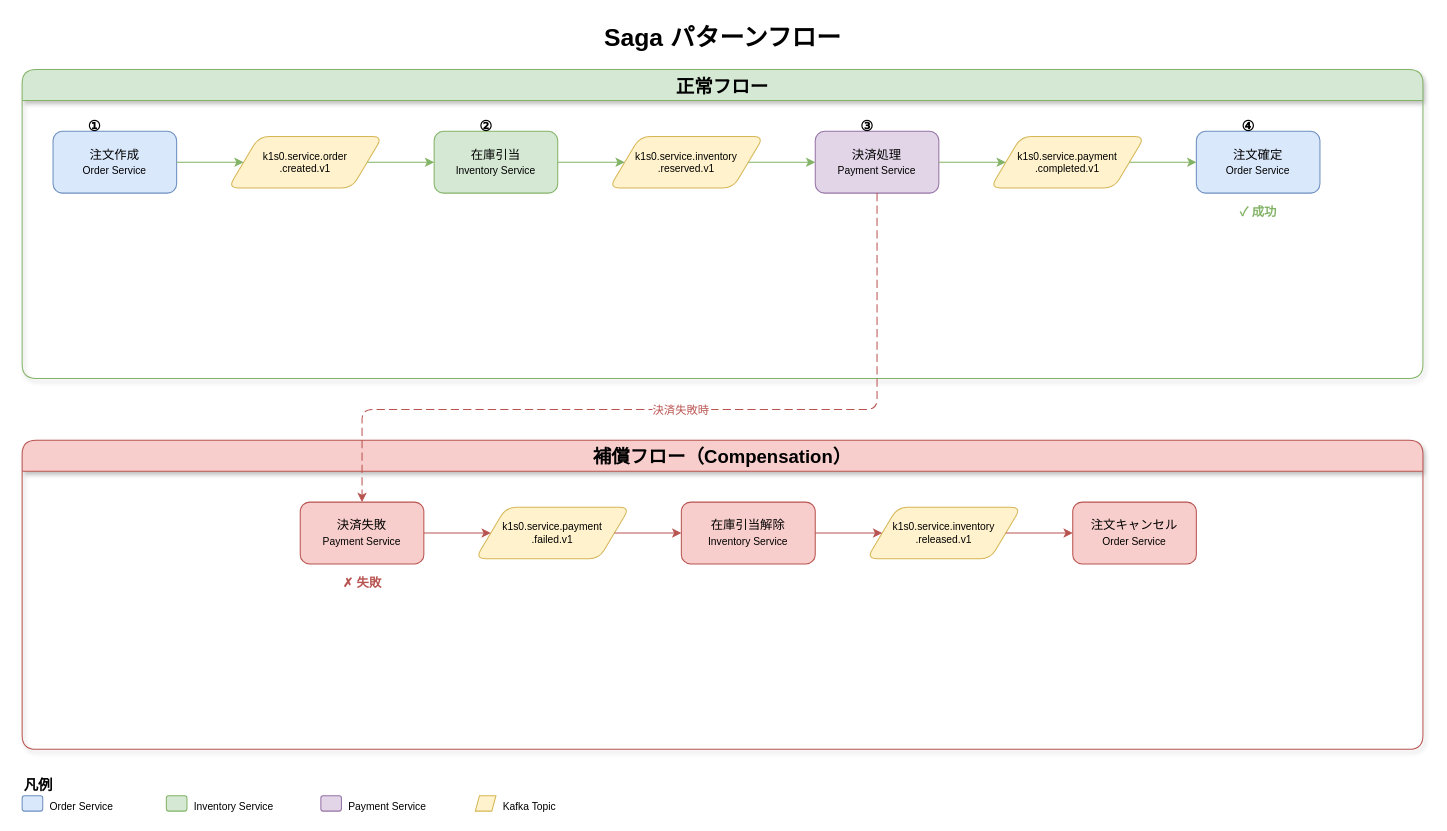
Before: docs/architecture/messaging/images/messaging-saga-flow.drawio in RyuheiKiso/k1s0, a draw.io diagram. Source tidied: cells renumbered, new cells numbered last; positions are measured from the earlier drawing's top-left corner, leaving out a move shared by most shapes. Both pictures are drawn from the tidied source at 103%, with x=0, y=0 at pixel (22, 18).
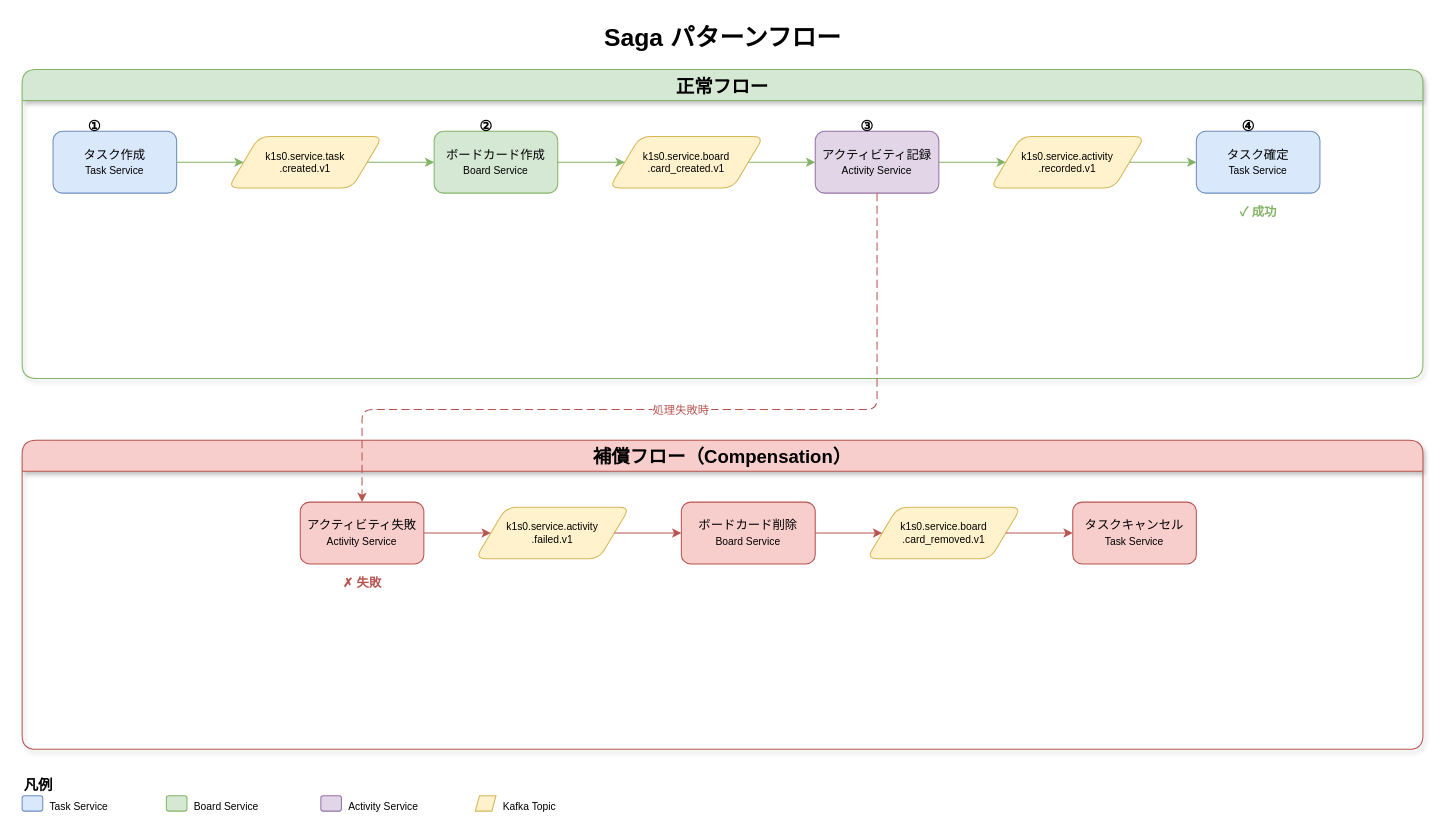
After the change.

The change refers to these unchanged cells:
```xml
<mxCell id="3" value="正常フロー" style="shape=swimlane;startSize=30;fontSize=18;fontStyle=1;fillColor=#D5E8D4;strokeColor=#82B366;rounded=1;shadow=1;horizontal=1;" parent="1" vertex="1">
  <mxGeometry y="50" width="1360" height="300" as="geometry" />
</mxCell>
<mxCell id="22" value="補償フロー（Compensation）" style="shape=swimlane;startSize=30;fontSize=18;fontStyle=1;fillColor=#F8CECC;strokeColor=#B85450;rounded=1;shadow=1;horizontal=1;" parent="1" vertex="1">
  <mxGeometry y="410" width="1360" height="300" as="geometry" />
</mxCell>
```

What changed in the source:
```diff
@@
-    <mxCell id="4" value="注文作成&lt;br&gt;&lt;font style=&quot;font-size:10px&quot;&gt;Order Service&lt;/font&gt;" style="rounded=1;whiteSpace=wrap;html=1;fontSize=12;fillColor=#DAE8FC;strokeColor=#6C8EBF;" parent="3" vertex="1">
+    <mxCell id="4" value="タスク作成&lt;br&gt;&lt;font style=&quot;font-size:10px&quot;&gt;Task Service&lt;/font&gt;" style="rounded=1;whiteSpace=wrap;html=1;fontSize=12;fillColor=#DAE8FC;strokeColor=#6C8EBF;" parent="3" vertex="1">
       <mxGeometry x="30" y="60" width="120" height="60" as="geometry" />
     </mxCell>
-    <mxCell id="5" value="k1s0.service.order&lt;br&gt;.created.v1" style="shape=parallelogram;perimeter=parallelogramPerimeter;whiteSpace=wrap;html=1;fontSize=10;fillColor=#FFF2CC;strokeColor=#D6B656;rounded=1;" parent="3" vertex="1">
+    <mxCell id="5" value="k1s0.service.task&lt;br&gt;.created.v1" style="shape=parallelogram;perimeter=parallelogramPerimeter;whiteSpace=wrap;html=1;fontSize=10;fillColor=#FFF2CC;strokeColor=#D6B656;rounded=1;" parent="3" vertex="1">
       <mxGeometry x="200" y="65" width="150" height="50" as="geometry" />
     </mxCell>
-    <mxCell id="6" value="在庫引当&lt;br&gt;&lt;font style=&quot;font-size:10px&quot;&gt;Inventory Service&lt;/font&gt;" style="rounded=1;whiteSpace=wrap;html=1;fontSize=12;fillColor=#D5E8D4;strokeColor=#82B366;" parent="3" vertex="1">
+    <mxCell id="6" value="ボードカード作成&lt;br&gt;&lt;font style=&quot;font-size:10px&quot;&gt;Board Service&lt;/font&gt;" style="rounded=1;whiteSpace=wrap;html=1;fontSize=12;fillColor=#D5E8D4;strokeColor=#82B366;" parent="3" vertex="1">
       <mxGeometry x="400" y="60" width="120" height="60" as="geometry" />
     </mxCell>
-    <mxCell id="7" value="k1s0.service.inventory&lt;br&gt;.reserved.v1" style="shape=parallelogram;perimeter=parallelogramPerimeter;whiteSpace=wrap;html=1;fontSize=10;fillColor=#FFF2CC;strokeColor=#D6B656;rounded=1;" parent="3" vertex="1">
+    <mxCell id="7" value="k1s0.service.board&lt;br&gt;.card_created.v1" style="shape=parallelogram;perimeter=parallelogramPerimeter;whiteSpace=wrap;html=1;fontSize=10;fillColor=#FFF2CC;strokeColor=#D6B656;rounded=1;" parent="3" vertex="1">
       <mxGeometry x="570" y="65" width="150" height="50" as="geometry" />
     </mxCell>
-    <mxCell id="8" value="決済処理&lt;br&gt;&lt;font style=&quot;font-size:10px&quot;&gt;Payment Service&lt;/font&gt;" style="rounded=1;whiteSpace=wrap;html=1;fontSize=12;fillColor=#E1D5E7;strokeColor=#9673A6;" parent="3" vertex="1">
+    <mxCell id="8" value="アクティビティ記録&lt;br&gt;&lt;font style=&quot;font-size:10px&quot;&gt;Activity Service&lt;/font&gt;" style="rounded=1;whiteSpace=wrap;html=1;fontSize=12;fillColor=#E1D5E7;strokeColor=#9673A6;" parent="3" vertex="1">
       <mxGeometry x="770" y="60" width="120" height="60" as="geometry" />
     </mxCell>
-    <mxCell id="9" value="k1s0.service.payment&lt;br&gt;.completed.v1" style="shape=parallelogram;perimeter=parallelogramPerimeter;whiteSpace=wrap;html=1;fontSize=10;fillColor=#FFF2CC;strokeColor=#D6B656;rounded=1;" parent="3" vertex="1">
+    <mxCell id="9" value="k1s0.service.activity&lt;br&gt;.recorded.v1" style="shape=parallelogram;perimeter=parallelogramPerimeter;whiteSpace=wrap;html=1;fontSize=10;fillColor=#FFF2CC;strokeColor=#D6B656;rounded=1;" parent="3" vertex="1">
       <mxGeometry x="940" y="65" width="150" height="50" as="geometry" />
     </mxCell>
-    <mxCell id="10" value="注文確定&lt;br&gt;&lt;font style=&quot;font-size:10px&quot;&gt;Order Service&lt;/font&gt;" style="rounded=1;whiteSpace=wrap;html=1;fontSize=12;fillColor=#DAE8FC;strokeColor=#6C8EBF;" parent="3" vertex="1">
+    <mxCell id="10" value="タスク確定&lt;br&gt;&lt;font style=&quot;font-size:10px&quot;&gt;Task Service&lt;/font&gt;" style="rounded=1;whiteSpace=wrap;html=1;fontSize=12;fillColor=#DAE8FC;strokeColor=#6C8EBF;" parent="3" vertex="1">
       <mxGeometry x="1140" y="60" width="120" height="60" as="geometry" />
     </mxCell>
@@
-    <mxCell id="23" value="決済失敗&lt;br&gt;&lt;font style=&quot;font-size:10px&quot;&gt;Payment Service&lt;/font&gt;" style="rounded=1;whiteSpace=wrap;html=1;fontSize=12;fillColor=#F8CECC;strokeColor=#B85450;" parent="22" vertex="1">
+    <mxCell id="23" value="アクティビティ失敗&lt;br&gt;&lt;font style=&quot;font-size:10px&quot;&gt;Activity Service&lt;/font&gt;" style="rounded=1;whiteSpace=wrap;html=1;fontSize=12;fillColor=#F8CECC;strokeColor=#B85450;" parent="22" vertex="1">
       <mxGeometry x="270" y="60" width="120" height="60" as="geometry" />
     </mxCell>
-    <mxCell id="24" value="k1s0.service.payment&lt;br&gt;.failed.v1" style="shape=parallelogram;perimeter=parallelogramPerimeter;whiteSpace=wrap;html=1;fontSize=10;fillColor=#FFF2CC;strokeColor=#D6B656;rounded=1;" parent="22" vertex="1">
+    <mxCell id="24" value="k1s0.service.activity&lt;br&gt;.failed.v1" style="shape=parallelogram;perimeter=parallelogramPerimeter;whiteSpace=wrap;html=1;fontSize=10;fillColor=#FFF2CC;strokeColor=#D6B656;rounded=1;" parent="22" vertex="1">
       <mxGeometry x="440" y="65" width="150" height="50" as="geometry" />
     </mxCell>
-    <mxCell id="25" value="在庫引当解除&lt;br&gt;&lt;font style=&quot;font-size:10px&quot;&gt;Inventory Service&lt;/font&gt;" style="rounded=1;whiteSpace=wrap;html=1;fontSize=12;fillColor=#F8CECC;strokeColor=#B85450;" parent="22" vertex="1">
+    <mxCell id="25" value="ボードカード削除&lt;br&gt;&lt;font style=&quot;font-size:10px&quot;&gt;Board Service&lt;/font&gt;" style="rounded=1;whiteSpace=wrap;html=1;fontSize=12;fillColor=#F8CECC;strokeColor=#B85450;" parent="22" vertex="1">
       <mxGeometry x="640" y="60" width="130" height="60" as="geometry" />
     </mxCell>
-    <mxCell id="26" value="k1s0.service.inventory&lt;br&gt;.released.v1" style="shape=parallelogram;perimeter=parallelogramPerimeter;whiteSpace=wrap;html=1;fontSize=10;fillColor=#FFF2CC;strokeColor=#D6B656;rounded=1;" parent="22" vertex="1">
+    <mxCell id="26" value="k1s0.service.board&lt;br&gt;.card_removed.v1" style="shape=parallelogram;perimeter=parallelogramPerimeter;whiteSpace=wrap;html=1;fontSize=10;fillColor=#FFF2CC;strokeColor=#D6B656;rounded=1;" parent="22" vertex="1">
       <mxGeometry x="820" y="65" width="150" height="50" as="geometry" />
     </mxCell>
-    <mxCell id="27" value="注文キャンセル&lt;br&gt;&lt;font style=&quot;font-size:10px&quot;&gt;Order Service&lt;/font&gt;" style="rounded=1;whiteSpace=wrap;html=1;fontSize=12;fillColor=#F8CECC;strokeColor=#B85450;" parent="22" vertex="1">
+    <mxCell id="27" value="タスクキャンセル&lt;br&gt;&lt;font style=&quot;font-size:10px&quot;&gt;Task Service&lt;/font&gt;" style="rounded=1;whiteSpace=wrap;html=1;fontSize=12;fillColor=#F8CECC;strokeColor=#B85450;" parent="22" vertex="1">
       <mxGeometry x="1020" y="60" width="120" height="60" as="geometry" />
     </mxCell>
@@
-    <mxCell id="33" value="決済失敗時" style="edgeStyle=orthogonalEdgeStyle;rounded=1;strokeColor=#B85450;dashed=1;dashPattern=8 4;fontSize=11;fontColor=#B85450;" parent="1" edge="1" source="8" target="23">
+    <mxCell id="33" value="処理失敗時" style="edgeStyle=orthogonalEdgeStyle;rounded=1;strokeColor=#B85450;dashed=1;dashPattern=8 4;fontSize=11;fontColor=#B85450;" parent="1" edge="1" source="8" target="23">
       <mxGeometry relative="1" as="geometry">
         <Array as="points">
           <mxPoint x="830" y="380" />
           <mxPoint x="330" y="380" />
         </Array>
       </mxGeometry>
     </mxCell>
@@
-    <mxCell id="36" value="Order Service" style="text;html=1;fontSize=10;align=left;" parent="1" vertex="1">
+    <mxCell id="36" value="Task Service" style="text;html=1;fontSize=10;align=left;" parent="1" vertex="1">
       <mxGeometry x="25" y="753" width="100" height="20" as="geometry" />
     </mxCell>
@@
-    <mxCell id="38" value="Inventory Service" style="text;html=1;fontSize=10;align=left;" parent="1" vertex="1">
+    <mxCell id="38" value="Board Service" style="text;html=1;fontSize=10;align=left;" parent="1" vertex="1">
       <mxGeometry x="165" y="753" width="110" height="20" as="geometry" />
     </mxCell>
@@
-    <mxCell id="40" value="Payment Service" style="text;html=1;fontSize=10;align=left;" parent="1" vertex="1">
+    <mxCell id="40" value="Activity Service" style="text;html=1;fontSize=10;align=left;" parent="1" vertex="1">
       <mxGeometry x="315" y="753" width="110" height="20" as="geometry" />
     </mxCell>
```
